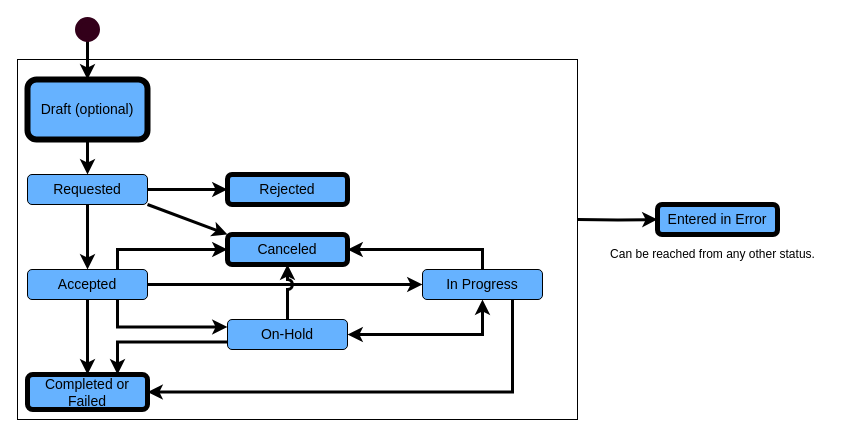
HL7/fhir-sdoh-clinicalcare keeps this draw.io diagram as Images Source/ReferralTaskStateDiagram.drawio. Above is the earlier version. Source tidied: cells renumbered, new cells numbered last; positions are measured from the earlier drawing's top-left corner, leaving out a move shared by most shapes. Both pictures are drawn from the tidied source at 100%, with x=0, y=0 at pixel (17, 19).
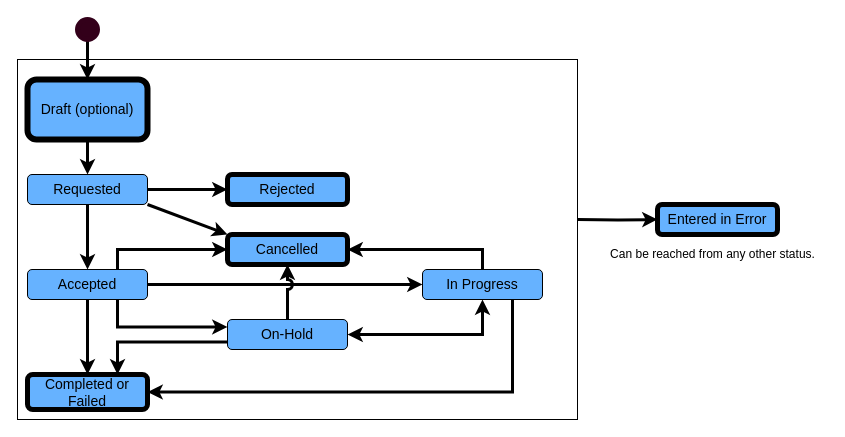
The same page after the edit.

Commit message (it also covers changes not shown here):
FHIR-50223: Update cancelled code in narrative to match the code system value

What changed in the source:
```diff
@@
-    <mxCell id="8" value="&lt;font style=&quot;font-size: 14px;&quot;&gt;Canceled&lt;/font&gt;" style="rounded=1;whiteSpace=wrap;html=1;fillColor=#66B2FF;strokeWidth=5;" parent="1" vertex="1">
+    <mxCell id="8" value="&lt;font style=&quot;font-size: 14px;&quot;&gt;Cancelled&lt;/font&gt;" style="rounded=1;whiteSpace=wrap;html=1;fillColor=#66B2FF;strokeWidth=5;" parent="1" vertex="1">
       <mxGeometry x="210" y="215" width="120" height="30" as="geometry" />
     </mxCell>
```
